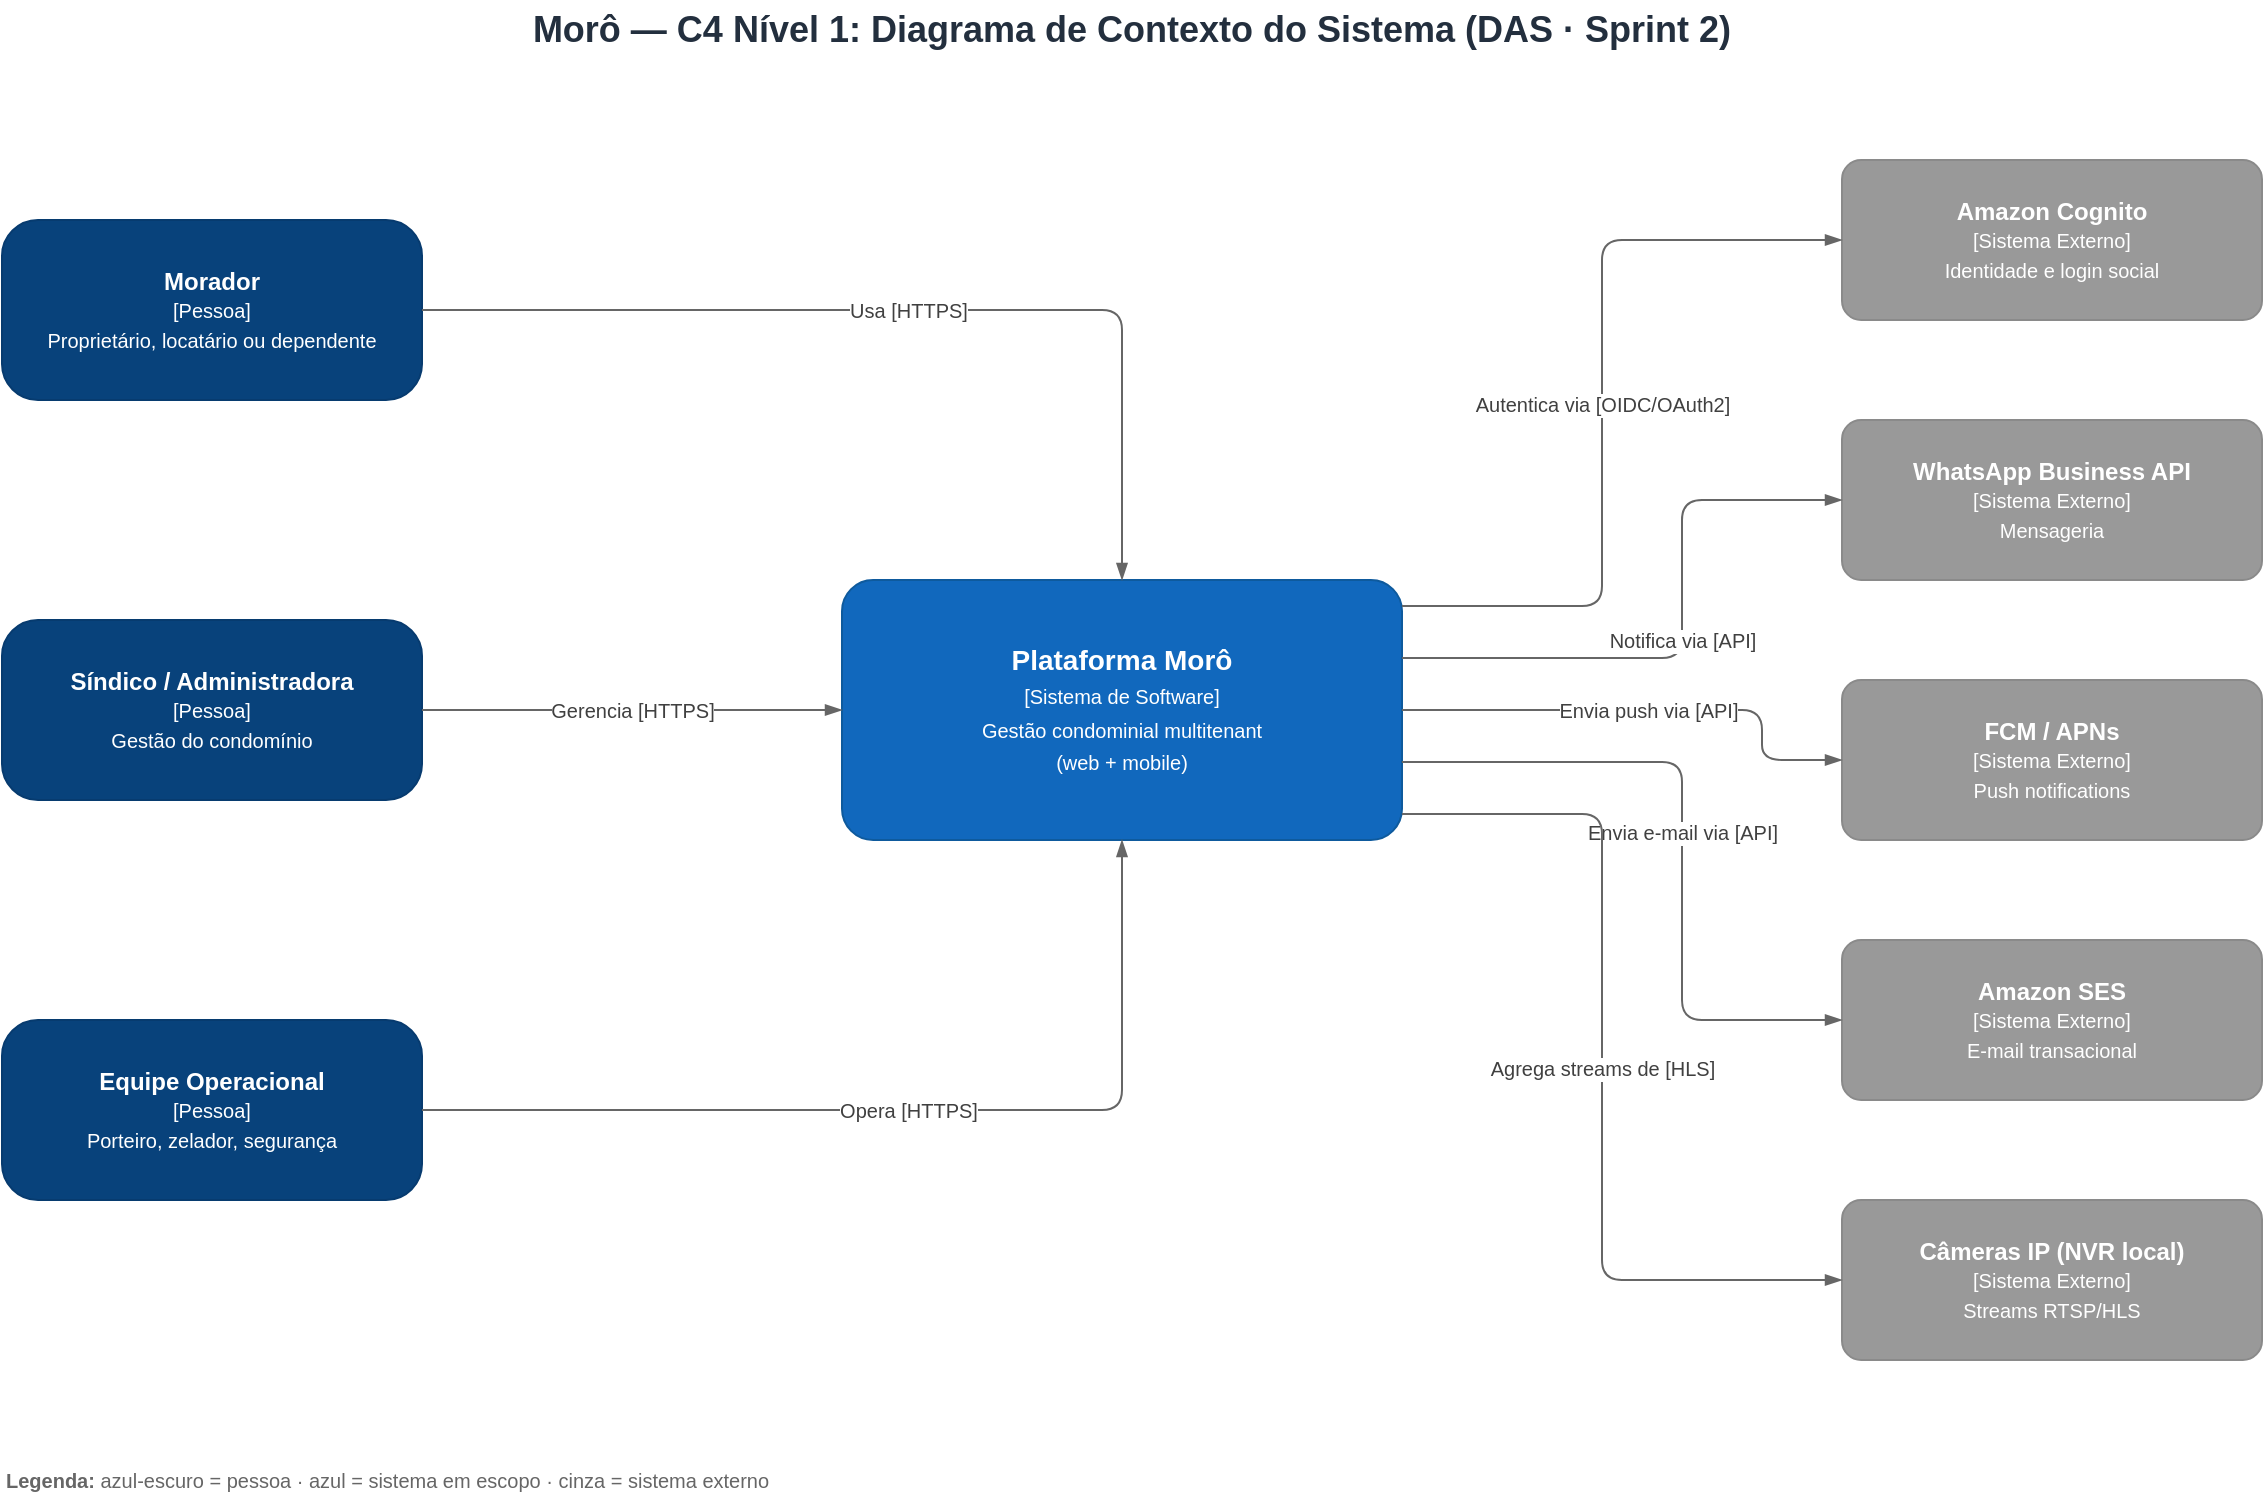
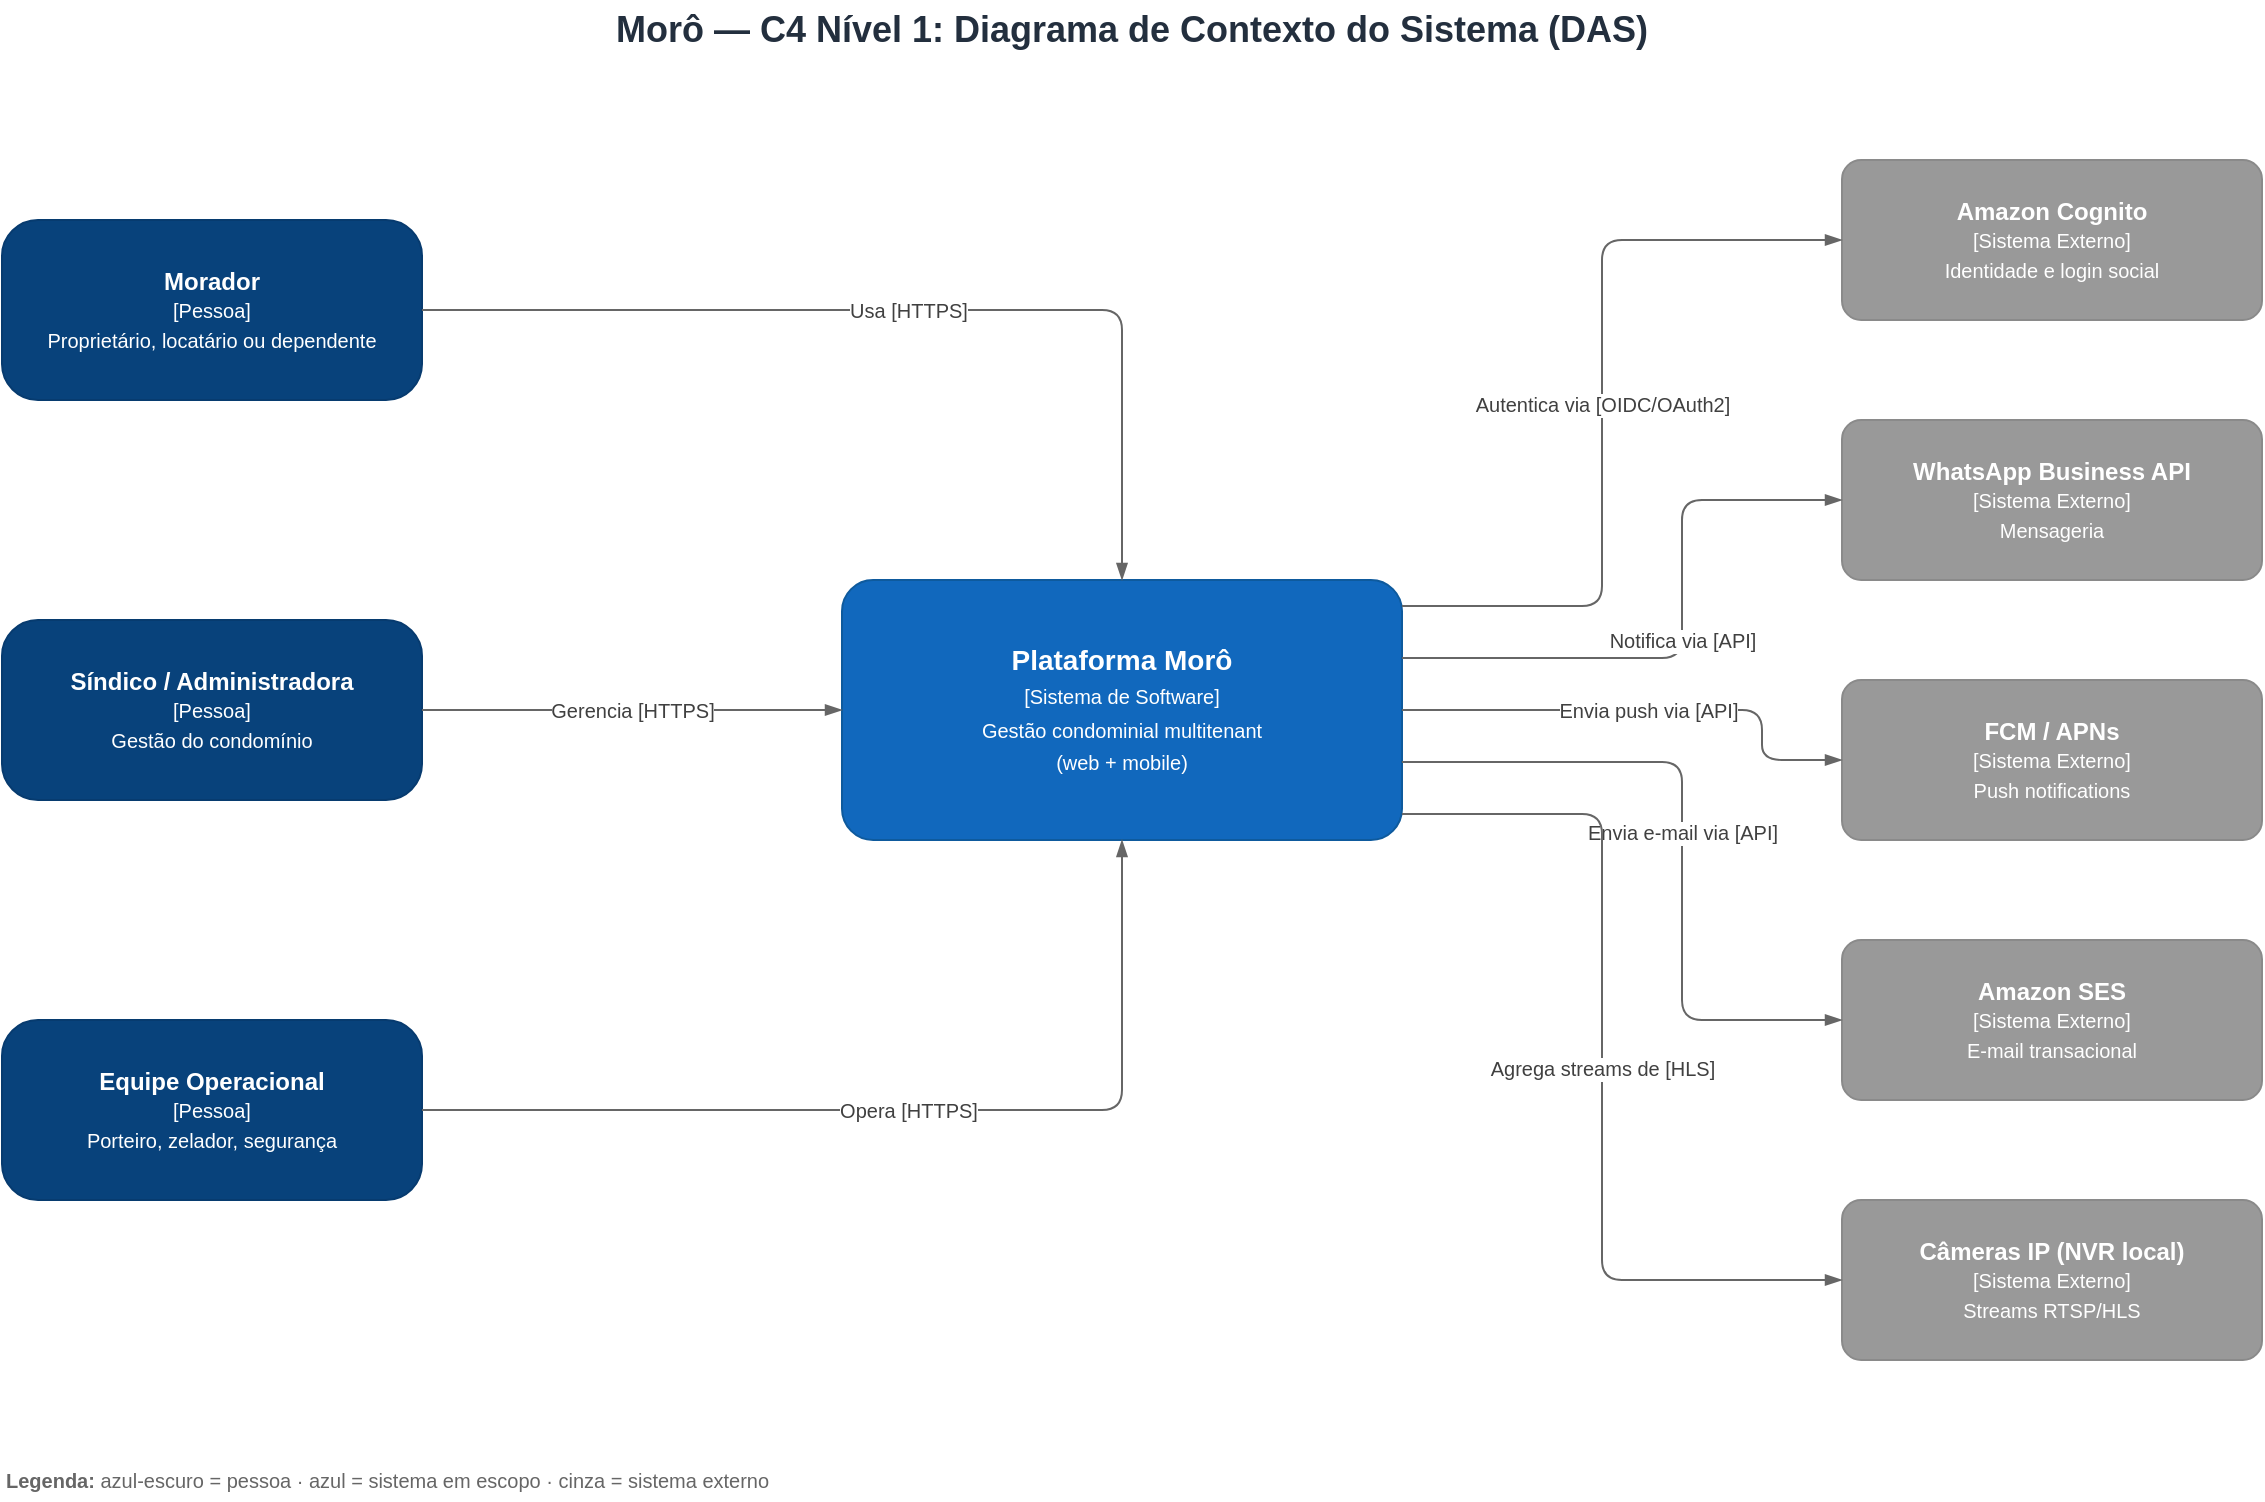
<mxfile host="app.diagrams.net" agent="Morô DAS" version="24.7.7">
  <diagram id="c4-nivel1" name="c4-nivel1-contexto">
    <mxGraphModel dx="1200" dy="800" grid="1" gridSize="10" guides="1" tooltips="1" connect="1" arrows="1" fold="1" page="1" pageScale="1" pageWidth="1250" pageHeight="800" math="0" shadow="0">
      <root>
        <mxCell id="0" />
        <mxCell id="1" parent="0" />

-         <mxCell id="titulo1" value="Morô — C4 Nível 1: Diagrama de Contexto do Sistema (DAS · Sprint 2)" style="text;html=1;strokeColor=none;fillColor=none;align=center;verticalAlign=middle;whiteSpace=wrap;rounded=0;fontSize=18;fontStyle=1;fontColor=#232F3E;" vertex="1" parent="1">
+         <mxCell id="titulo1" value="Morô — C4 Nível 1: Diagrama de Contexto do Sistema (DAS)" style="text;html=1;strokeColor=none;fillColor=none;align=center;verticalAlign=middle;whiteSpace=wrap;rounded=0;fontSize=18;fontStyle=1;fontColor=#232F3E;" vertex="1" parent="1">
          <mxGeometry x="225" y="10" width="800" height="30" as="geometry" />
        </mxCell>

        <!-- Pessoas -->
        <mxCell id="p-morador" value="&lt;b&gt;Morador&lt;/b&gt;&lt;br&gt;&lt;font style=&quot;font-size:10px&quot;&gt;[Pessoa]&lt;br&gt;Proprietário, locatário ou dependente&lt;/font&gt;" style="rounded=1;arcSize=20;whiteSpace=wrap;html=1;fillColor=#08427B;strokeColor=#073B6F;fontColor=#FFFFFF;fontSize=12;" vertex="1" parent="1">
          <mxGeometry x="60" y="120" width="210" height="90" as="geometry" />
        </mxCell>
        <mxCell id="p-sindico" value="&lt;b&gt;Síndico / Administradora&lt;/b&gt;&lt;br&gt;&lt;font style=&quot;font-size:10px&quot;&gt;[Pessoa]&lt;br&gt;Gestão do condomínio&lt;/font&gt;" style="rounded=1;arcSize=20;whiteSpace=wrap;html=1;fillColor=#08427B;strokeColor=#073B6F;fontColor=#FFFFFF;fontSize=12;" vertex="1" parent="1">
          <mxGeometry x="60" y="320" width="210" height="90" as="geometry" />
        </mxCell>
        <mxCell id="p-operacao" value="&lt;b&gt;Equipe Operacional&lt;/b&gt;&lt;br&gt;&lt;font style=&quot;font-size:10px&quot;&gt;[Pessoa]&lt;br&gt;Porteiro, zelador, segurança&lt;/font&gt;" style="rounded=1;arcSize=20;whiteSpace=wrap;html=1;fillColor=#08427B;strokeColor=#073B6F;fontColor=#FFFFFF;fontSize=12;" vertex="1" parent="1">
          <mxGeometry x="60" y="520" width="210" height="90" as="geometry" />
        </mxCell>

        <!-- Sistema -->
        <mxCell id="s-moro" value="&lt;b&gt;Plataforma Morô&lt;/b&gt;&lt;br&gt;&lt;font style=&quot;font-size:10px&quot;&gt;[Sistema de Software]&lt;br&gt;Gestão condominial multitenant&lt;br&gt;(web + mobile)&lt;/font&gt;" style="rounded=1;arcSize=12;whiteSpace=wrap;html=1;fillColor=#1168BD;strokeColor=#0E5A9D;fontColor=#FFFFFF;fontSize=14;" vertex="1" parent="1">
          <mxGeometry x="480" y="300" width="280" height="130" as="geometry" />
        </mxCell>

        <!-- Sistemas externos -->
        <mxCell id="e-cognito" value="&lt;b&gt;Amazon Cognito&lt;/b&gt;&lt;br&gt;&lt;font style=&quot;font-size:10px&quot;&gt;[Sistema Externo]&lt;br&gt;Identidade e login social&lt;/font&gt;" style="rounded=1;arcSize=12;whiteSpace=wrap;html=1;fillColor=#999999;strokeColor=#8A8A8A;fontColor=#FFFFFF;fontSize=12;" vertex="1" parent="1">
          <mxGeometry x="980" y="90" width="210" height="80" as="geometry" />
        </mxCell>
        <mxCell id="e-whats" value="&lt;b&gt;WhatsApp Business API&lt;/b&gt;&lt;br&gt;&lt;font style=&quot;font-size:10px&quot;&gt;[Sistema Externo]&lt;br&gt;Mensageria&lt;/font&gt;" style="rounded=1;arcSize=12;whiteSpace=wrap;html=1;fillColor=#999999;strokeColor=#8A8A8A;fontColor=#FFFFFF;fontSize=12;" vertex="1" parent="1">
          <mxGeometry x="980" y="220" width="210" height="80" as="geometry" />
        </mxCell>
        <mxCell id="e-fcm" value="&lt;b&gt;FCM / APNs&lt;/b&gt;&lt;br&gt;&lt;font style=&quot;font-size:10px&quot;&gt;[Sistema Externo]&lt;br&gt;Push notifications&lt;/font&gt;" style="rounded=1;arcSize=12;whiteSpace=wrap;html=1;fillColor=#999999;strokeColor=#8A8A8A;fontColor=#FFFFFF;fontSize=12;" vertex="1" parent="1">
          <mxGeometry x="980" y="350" width="210" height="80" as="geometry" />
        </mxCell>
        <mxCell id="e-ses" value="&lt;b&gt;Amazon SES&lt;/b&gt;&lt;br&gt;&lt;font style=&quot;font-size:10px&quot;&gt;[Sistema Externo]&lt;br&gt;E-mail transacional&lt;/font&gt;" style="rounded=1;arcSize=12;whiteSpace=wrap;html=1;fillColor=#999999;strokeColor=#8A8A8A;fontColor=#FFFFFF;fontSize=12;" vertex="1" parent="1">
          <mxGeometry x="980" y="480" width="210" height="80" as="geometry" />
        </mxCell>
        <mxCell id="e-cam" value="&lt;b&gt;Câmeras IP (NVR local)&lt;/b&gt;&lt;br&gt;&lt;font style=&quot;font-size:10px&quot;&gt;[Sistema Externo]&lt;br&gt;Streams RTSP/HLS&lt;/font&gt;" style="rounded=1;arcSize=12;whiteSpace=wrap;html=1;fillColor=#999999;strokeColor=#8A8A8A;fontColor=#FFFFFF;fontSize=12;" vertex="1" parent="1">
          <mxGeometry x="980" y="610" width="210" height="80" as="geometry" />
        </mxCell>

        <!-- Relações -->
        <mxCell id="r-morador" value="Usa [HTTPS]" style="edgeStyle=orthogonalEdgeStyle;rounded=1;html=1;strokeColor=#666666;fontSize=10;fontColor=#404040;endArrow=blockThin;" edge="1" parent="1" source="p-morador" target="s-moro">
          <mxGeometry relative="1" as="geometry" />
        </mxCell>
        <mxCell id="r-sindico" value="Gerencia [HTTPS]" style="edgeStyle=orthogonalEdgeStyle;rounded=1;html=1;strokeColor=#666666;fontSize=10;fontColor=#404040;endArrow=blockThin;" edge="1" parent="1" source="p-sindico" target="s-moro">
          <mxGeometry relative="1" as="geometry" />
        </mxCell>
        <mxCell id="r-operacao" value="Opera [HTTPS]" style="edgeStyle=orthogonalEdgeStyle;rounded=1;html=1;strokeColor=#666666;fontSize=10;fontColor=#404040;endArrow=blockThin;" edge="1" parent="1" source="p-operacao" target="s-moro">
          <mxGeometry relative="1" as="geometry" />
        </mxCell>
        <mxCell id="r-cognito" value="Autentica via [OIDC/OAuth2]" style="edgeStyle=orthogonalEdgeStyle;rounded=1;html=1;strokeColor=#666666;fontSize=10;fontColor=#404040;endArrow=blockThin;exitX=1;exitY=0.1;exitDx=0;exitDy=0;entryX=0;entryY=0.5;entryDx=0;entryDy=0;" edge="1" parent="1" source="s-moro" target="e-cognito">
          <mxGeometry relative="1" as="geometry">
            <Array as="points">
              <mxPoint x="860" y="130" />
            </Array>
          </mxGeometry>
        </mxCell>
        <mxCell id="r-whats" value="Notifica via [API]" style="edgeStyle=orthogonalEdgeStyle;rounded=1;html=1;strokeColor=#666666;fontSize=10;fontColor=#404040;endArrow=blockThin;exitX=1;exitY=0.3;exitDx=0;exitDy=0;entryX=0;entryY=0.5;entryDx=0;entryDy=0;" edge="1" parent="1" source="s-moro" target="e-whats">
          <mxGeometry relative="1" as="geometry">
            <Array as="points">
              <mxPoint x="900" y="260" />
            </Array>
          </mxGeometry>
        </mxCell>
        <mxCell id="r-fcm" value="Envia push via [API]" style="edgeStyle=orthogonalEdgeStyle;rounded=1;html=1;strokeColor=#666666;fontSize=10;fontColor=#404040;endArrow=blockThin;exitX=1;exitY=0.5;exitDx=0;exitDy=0;entryX=0;entryY=0.5;entryDx=0;entryDy=0;" edge="1" parent="1" source="s-moro" target="e-fcm">
          <mxGeometry relative="1" as="geometry">
            <Array as="points">
              <mxPoint x="940" y="390" />
            </Array>
          </mxGeometry>
        </mxCell>
        <mxCell id="r-ses" value="Envia e-mail via [API]" style="edgeStyle=orthogonalEdgeStyle;rounded=1;html=1;strokeColor=#666666;fontSize=10;fontColor=#404040;endArrow=blockThin;exitX=1;exitY=0.7;exitDx=0;exitDy=0;entryX=0;entryY=0.5;entryDx=0;entryDy=0;" edge="1" parent="1" source="s-moro" target="e-ses">
          <mxGeometry relative="1" as="geometry">
            <Array as="points">
              <mxPoint x="900" y="520" />
            </Array>
          </mxGeometry>
        </mxCell>
        <mxCell id="r-cam" value="Agrega streams de [HLS]" style="edgeStyle=orthogonalEdgeStyle;rounded=1;html=1;strokeColor=#666666;fontSize=10;fontColor=#404040;endArrow=blockThin;exitX=1;exitY=0.9;exitDx=0;exitDy=0;entryX=0;entryY=0.5;entryDx=0;entryDy=0;" edge="1" parent="1" source="s-moro" target="e-cam">
          <mxGeometry relative="1" as="geometry">
            <Array as="points">
              <mxPoint x="860" y="650" />
            </Array>
          </mxGeometry>
        </mxCell>

        <!-- Legenda -->
        <mxCell id="leg1" value="&lt;b&gt;Legenda:&lt;/b&gt; azul-escuro = pessoa · azul = sistema em escopo · cinza = sistema externo" style="text;html=1;strokeColor=none;fillColor=none;align=left;verticalAlign=middle;fontSize=10;fontColor=#666666;" vertex="1" parent="1">
          <mxGeometry x="60" y="740" width="600" height="20" as="geometry" />
        </mxCell>
      </root>
    </mxGraphModel>
  </diagram>
  <diagram id="c4-nivel2" name="c4-nivel2-conteineres">
    <mxGraphModel dx="1400" dy="900" grid="1" gridSize="10" guides="1" tooltips="1" connect="1" arrows="1" fold="1" page="1" pageScale="1" pageWidth="1420" pageHeight="1000" math="0" shadow="0">
      <root>
        <mxCell id="0" />
        <mxCell id="1" parent="0" />

-         <mxCell id="titulo2" value="Morô — C4 Nível 2: Diagrama de Contêineres (DAS · Sprint 2)" style="text;html=1;strokeColor=none;fillColor=none;align=center;verticalAlign=middle;whiteSpace=wrap;rounded=0;fontSize=18;fontStyle=1;fontColor=#232F3E;" vertex="1" parent="1">
+         <mxCell id="titulo2" value="Morô — C4 Nível 2: Diagrama de Contêineres (DAS)" style="text;html=1;strokeColor=none;fillColor=none;align=center;verticalAlign=middle;whiteSpace=wrap;rounded=0;fontSize=18;fontStyle=1;fontColor=#232F3E;" vertex="1" parent="1">
          <mxGeometry x="310" y="10" width="800" height="30" as="geometry" />
        </mxCell>

        <mxCell id="p-usuarios" value="&lt;b&gt;Usuários&lt;/b&gt;&lt;br&gt;&lt;font style=&quot;font-size:10px&quot;&gt;[Pessoa]&lt;br&gt;Morador, Síndico, Operação&lt;/font&gt;" style="rounded=1;arcSize=20;whiteSpace=wrap;html=1;fillColor=#08427B;strokeColor=#073B6F;fontColor=#FFFFFF;fontSize=12;" vertex="1" parent="1">
          <mxGeometry x="440" y="60" width="210" height="80" as="geometry" />
        </mxCell>

        <!-- Fronteira do sistema -->
        <mxCell id="b-moro" value="Plataforma Morô [Sistema de Software]" style="rounded=0;whiteSpace=wrap;html=1;fillColor=none;strokeColor=#666666;dashed=1;verticalAlign=bottom;align=left;spacingLeft=8;spacingBottom=4;fontSize=12;fontStyle=2;fontColor=#666666;" vertex="1" parent="1">
          <mxGeometry x="60" y="190" width="1030" height="740" as="geometry" />
        </mxCell>

        <mxCell id="c-mobile" value="&lt;b&gt;App Mobile&lt;/b&gt;&lt;br&gt;&lt;font style=&quot;font-size:10px&quot;&gt;[Contêiner: Flutter · Redux]&lt;br&gt;iOS + Android, base única&lt;/font&gt;" style="rounded=1;arcSize=12;whiteSpace=wrap;html=1;fillColor=#438DD5;strokeColor=#3C7FC0;fontColor=#FFFFFF;fontSize=12;" vertex="1" parent="1">
          <mxGeometry x="140" y="240" width="220" height="90" as="geometry" />
        </mxCell>
        <mxCell id="c-web" value="&lt;b&gt;Dashboard Web&lt;/b&gt;&lt;br&gt;&lt;font style=&quot;font-size:10px&quot;&gt;[Contêiner: React + Vite · Redux Toolkit]&lt;br&gt;Gestão para síndico/administradora&lt;/font&gt;" style="rounded=1;arcSize=12;whiteSpace=wrap;html=1;fillColor=#438DD5;strokeColor=#3C7FC0;fontColor=#FFFFFF;fontSize=12;" vertex="1" parent="1">
          <mxGeometry x="680" y="240" width="240" height="90" as="geometry" />
        </mxCell>
        <mxCell id="c-cdn" value="&lt;b&gt;CloudFront + S3&lt;/b&gt;&lt;br&gt;&lt;font style=&quot;font-size:10px&quot;&gt;[Contêiner: CDN]&lt;br&gt;Entrega do dashboard e assets&lt;/font&gt;" style="rounded=1;arcSize=12;whiteSpace=wrap;html=1;fillColor=#438DD5;strokeColor=#3C7FC0;fontColor=#FFFFFF;fontSize=12;" vertex="1" parent="1">
          <mxGeometry x="690" y="390" width="220" height="80" as="geometry" />
        </mxCell>
        <mxCell id="c-alb" value="&lt;b&gt;Application Load Balancer&lt;/b&gt;&lt;br&gt;&lt;font style=&quot;font-size:10px&quot;&gt;[Contêiner: AWS ALB]&lt;br&gt;Entrada HTTPS, health checks&lt;/font&gt;" style="rounded=1;arcSize=12;whiteSpace=wrap;html=1;fillColor=#438DD5;strokeColor=#3C7FC0;fontColor=#FFFFFF;fontSize=12;" vertex="1" parent="1">
          <mxGeometry x="360" y="390" width="230" height="80" as="geometry" />
        </mxCell>
        <mxCell id="c-api" value="&lt;b&gt;API REST&lt;/b&gt;&lt;br&gt;&lt;font style=&quot;font-size:10px&quot;&gt;[Contêiner: Go (chi) · ECS Fargate]&lt;br&gt;Regras de negócio, RBAC, multitenancy&lt;/font&gt;" style="rounded=1;arcSize=12;whiteSpace=wrap;html=1;fillColor=#438DD5;strokeColor=#3C7FC0;fontColor=#FFFFFF;fontSize=12;" vertex="1" parent="1">
          <mxGeometry x="350" y="550" width="250" height="100" as="geometry" />
        </mxCell>
        <mxCell id="c-worker" value="&lt;b&gt;Notification Worker&lt;/b&gt;&lt;br&gt;&lt;font style=&quot;font-size:10px&quot;&gt;[Contêiner: Go · ECS Fargate]&lt;br&gt;Consome SQS e despacha multicanal&lt;/font&gt;" style="rounded=1;arcSize=12;whiteSpace=wrap;html=1;fillColor=#438DD5;strokeColor=#3C7FC0;fontColor=#FFFFFF;fontSize=12;" vertex="1" parent="1">
          <mxGeometry x="800" y="560" width="230" height="90" as="geometry" />
        </mxCell>
        <mxCell id="c-sns" value="&lt;b&gt;SNS + SQS&lt;/b&gt;&lt;br&gt;&lt;font style=&quot;font-size:10px&quot;&gt;[Contêiner: Mensageria]&lt;br&gt;Fan-out de eventos de domínio&lt;/font&gt;" style="rounded=1;arcSize=12;whiteSpace=wrap;html=1;fillColor=#438DD5;strokeColor=#3C7FC0;fontColor=#FFFFFF;fontSize=12;" vertex="1" parent="1">
          <mxGeometry x="800" y="770" width="220" height="80" as="geometry" />
        </mxCell>
        <mxCell id="db-redis" value="&lt;b&gt;ElastiCache Redis&lt;/b&gt;&lt;br&gt;&lt;font style=&quot;font-size:10px&quot;&gt;[Cache]&lt;br&gt;Cache multicamada, sessões efêmeras&lt;/font&gt;" style="shape=cylinder3;whiteSpace=wrap;html=1;boundedLbl=1;backgroundOutline=1;size=12;fillColor=#438DD5;strokeColor=#3C7FC0;fontColor=#FFFFFF;fontSize=11;" vertex="1" parent="1">
          <mxGeometry x="110" y="540" width="180" height="110" as="geometry" />
        </mxCell>
        <mxCell id="db-aurora" value="&lt;b&gt;Aurora PostgreSQL&lt;/b&gt;&lt;br&gt;&lt;font style=&quot;font-size:10px&quot;&gt;[Serverless v2]&lt;br&gt;Dados transacionais, isolados por tenant_id&lt;/font&gt;" style="shape=cylinder3;whiteSpace=wrap;html=1;boundedLbl=1;backgroundOutline=1;size=12;fillColor=#438DD5;strokeColor=#3C7FC0;fontColor=#FFFFFF;fontSize=11;" vertex="1" parent="1">
          <mxGeometry x="150" y="760" width="210" height="120" as="geometry" />
        </mxCell>
        <mxCell id="c-s3" value="&lt;b&gt;S3 Uploads&lt;/b&gt;&lt;br&gt;&lt;font style=&quot;font-size:10px&quot;&gt;[Object Storage]&lt;br&gt;Anexos: fotos, comprovantes, documentos&lt;/font&gt;" style="rounded=1;arcSize=12;whiteSpace=wrap;html=1;fillColor=#438DD5;strokeColor=#3C7FC0;fontColor=#FFFFFF;fontSize=12;" vertex="1" parent="1">
          <mxGeometry x="460" y="770" width="220" height="80" as="geometry" />
        </mxCell>

        <!-- Externos -->
        <mxCell id="e2-cognito" value="&lt;b&gt;Amazon Cognito&lt;/b&gt;&lt;br&gt;&lt;font style=&quot;font-size:10px&quot;&gt;[Sistema Externo]&lt;br&gt;Identidade&lt;/font&gt;" style="rounded=1;arcSize=12;whiteSpace=wrap;html=1;fillColor=#999999;strokeColor=#8A8A8A;fontColor=#FFFFFF;fontSize=12;" vertex="1" parent="1">
          <mxGeometry x="1160" y="560" width="200" height="80" as="geometry" />
        </mxCell>
        <mxCell id="e2-canais" value="&lt;b&gt;FCM/APNs · WhatsApp · SES&lt;/b&gt;&lt;br&gt;&lt;font style=&quot;font-size:10px&quot;&gt;[Sistemas Externos]&lt;br&gt;Canais de notificação&lt;/font&gt;" style="rounded=1;arcSize=12;whiteSpace=wrap;html=1;fillColor=#999999;strokeColor=#8A8A8A;fontColor=#FFFFFF;fontSize=12;" vertex="1" parent="1">
          <mxGeometry x="1160" y="700" width="200" height="90" as="geometry" />
        </mxCell>

        <!-- Relações -->
        <mxCell id="r2-u-mobile" value="Usa [HTTPS]" style="edgeStyle=orthogonalEdgeStyle;rounded=1;html=1;strokeColor=#666666;fontSize=10;fontColor=#404040;endArrow=blockThin;exitX=0.25;exitY=1;exitDx=0;exitDy=0;" edge="1" parent="1" source="p-usuarios" target="c-mobile">
          <mxGeometry relative="1" as="geometry" />
        </mxCell>
        <mxCell id="r2-u-web" value="Usa [HTTPS]" style="edgeStyle=orthogonalEdgeStyle;rounded=1;html=1;strokeColor=#666666;fontSize=10;fontColor=#404040;endArrow=blockThin;exitX=0.75;exitY=1;exitDx=0;exitDy=0;" edge="1" parent="1" source="p-usuarios" target="c-web">
          <mxGeometry relative="1" as="geometry" />
        </mxCell>
        <mxCell id="r2-web-cdn" value="Servido por" style="edgeStyle=orthogonalEdgeStyle;rounded=1;html=1;strokeColor=#666666;fontSize=10;fontColor=#404040;endArrow=blockThin;" edge="1" parent="1" source="c-web" target="c-cdn">
          <mxGeometry relative="1" as="geometry" />
        </mxCell>
        <mxCell id="r2-mobile-alb" value="Chama API [HTTPS/JSON]" style="edgeStyle=orthogonalEdgeStyle;rounded=1;html=1;strokeColor=#666666;fontSize=10;fontColor=#404040;endArrow=blockThin;" edge="1" parent="1" source="c-mobile" target="c-alb">
          <mxGeometry relative="1" as="geometry" />
        </mxCell>
        <mxCell id="r2-web-alb" value="Chama API [HTTPS/JSON]" style="edgeStyle=orthogonalEdgeStyle;rounded=1;html=1;strokeColor=#666666;fontSize=10;fontColor=#404040;endArrow=blockThin;exitX=0.25;exitY=1;exitDx=0;exitDy=0;entryX=0.75;entryY=0;entryDx=0;entryDy=0;" edge="1" parent="1" source="c-web" target="c-alb">
          <mxGeometry relative="1" as="geometry" />
        </mxCell>
        <mxCell id="r2-alb-api" value="Encaminha [HTTP]" style="edgeStyle=orthogonalEdgeStyle;rounded=1;html=1;strokeColor=#666666;fontSize=10;fontColor=#404040;endArrow=blockThin;" edge="1" parent="1" source="c-alb" target="c-api">
          <mxGeometry relative="1" as="geometry" />
        </mxCell>
        <mxCell id="r2-api-aurora" value="Lê/escreve [SQL/TLS]" style="edgeStyle=orthogonalEdgeStyle;rounded=1;html=1;strokeColor=#666666;fontSize=10;fontColor=#404040;endArrow=blockThin;exitX=0.25;exitY=1;exitDx=0;exitDy=0;" edge="1" parent="1" source="c-api" target="db-aurora">
          <mxGeometry relative="1" as="geometry" />
        </mxCell>
        <mxCell id="r2-api-redis" value="Cacheia [RESP]" style="edgeStyle=orthogonalEdgeStyle;rounded=1;html=1;strokeColor=#666666;fontSize=10;fontColor=#404040;endArrow=blockThin;" edge="1" parent="1" source="c-api" target="db-redis">
          <mxGeometry relative="1" as="geometry" />
        </mxCell>
        <mxCell id="r2-api-s3" value="Armazena anexos [S3 API]" style="edgeStyle=orthogonalEdgeStyle;rounded=1;html=1;strokeColor=#666666;fontSize=10;fontColor=#404040;endArrow=blockThin;exitX=0.5;exitY=1;exitDx=0;exitDy=0;" edge="1" parent="1" source="c-api" target="c-s3">
          <mxGeometry relative="1" as="geometry" />
        </mxCell>
        <mxCell id="r2-api-sns" value="Publica eventos" style="edgeStyle=orthogonalEdgeStyle;rounded=1;html=1;strokeColor=#666666;fontSize=10;fontColor=#404040;endArrow=blockThin;exitX=0.9;exitY=1;exitDx=0;exitDy=0;entryX=0;entryY=0.5;entryDx=0;entryDy=0;" edge="1" parent="1" source="c-api" target="c-sns">
          <mxGeometry relative="1" as="geometry">
            <Array as="points">
              <mxPoint x="575" y="720" />
              <mxPoint x="740" y="720" />
              <mxPoint x="740" y="810" />
            </Array>
          </mxGeometry>
        </mxCell>
        <mxCell id="r2-sns-worker" value="Entrega via SQS" style="edgeStyle=orthogonalEdgeStyle;rounded=1;html=1;strokeColor=#666666;fontSize=10;fontColor=#404040;endArrow=blockThin;" edge="1" parent="1" source="c-sns" target="c-worker">
          <mxGeometry relative="1" as="geometry" />
        </mxCell>
        <mxCell id="r2-worker-canais" value="Despacha" style="edgeStyle=orthogonalEdgeStyle;rounded=1;html=1;strokeColor=#666666;fontSize=10;fontColor=#404040;endArrow=blockThin;exitX=1;exitY=0.75;exitDx=0;exitDy=0;entryX=0;entryY=0.5;entryDx=0;entryDy=0;" edge="1" parent="1" source="c-worker" target="e2-canais">
          <mxGeometry relative="1" as="geometry">
            <Array as="points">
              <mxPoint x="1110" y="745" />
            </Array>
          </mxGeometry>
        </mxCell>
        <mxCell id="r2-api-cognito" value="Valida tokens" style="edgeStyle=orthogonalEdgeStyle;rounded=1;html=1;strokeColor=#666666;fontSize=10;fontColor=#404040;endArrow=blockThin;exitX=1;exitY=0.9;exitDx=0;exitDy=0;entryX=0;entryY=0.75;entryDx=0;entryDy=0;" edge="1" parent="1" source="c-api" target="e2-cognito">
          <mxGeometry relative="1" as="geometry">
            <Array as="points">
              <mxPoint x="700" y="690" />
              <mxPoint x="1120" y="690" />
            </Array>
          </mxGeometry>
        </mxCell>
      </root>
    </mxGraphModel>
  </diagram>
  <diagram id="c4-nivel3" name="c4-nivel3-componentes">
    <mxGraphModel dx="1400" dy="900" grid="1" gridSize="10" guides="1" tooltips="1" connect="1" arrows="1" fold="1" page="1" pageScale="1" pageWidth="1420" pageHeight="1120" math="0" shadow="0">
      <root>
        <mxCell id="0" />
        <mxCell id="1" parent="0" />

-         <mxCell id="titulo3" value="Morô — C4 Nível 3: Componentes da API REST em Go (DAS · Sprint 2)" style="text;html=1;strokeColor=none;fillColor=none;align=center;verticalAlign=middle;whiteSpace=wrap;rounded=0;fontSize=18;fontStyle=1;fontColor=#232F3E;" vertex="1" parent="1">
+         <mxCell id="titulo3" value="Morô — C4 Nível 3: Componentes da API REST em Go (DAS)" style="text;html=1;strokeColor=none;fillColor=none;align=center;verticalAlign=middle;whiteSpace=wrap;rounded=0;fontSize=18;fontStyle=1;fontColor=#232F3E;" vertex="1" parent="1">
          <mxGeometry x="310" y="10" width="800" height="30" as="geometry" />
        </mxCell>

        <!-- Fronteira do contêiner -->
        <mxCell id="b-api" value="API REST [Contêiner: Go (chi)] — 1 componente = 1 pacote do código-fonte" style="rounded=0;whiteSpace=wrap;html=1;fillColor=none;strokeColor=#666666;dashed=1;verticalAlign=bottom;align=left;spacingLeft=8;spacingBottom=4;fontSize=12;fontStyle=2;fontColor=#666666;" vertex="1" parent="1">
          <mxGeometry x="60" y="60" width="1080" height="840" as="geometry" />
        </mxCell>

        <mxCell id="k-router" value="&lt;b&gt;Router&lt;/b&gt;&lt;br&gt;&lt;font style=&quot;font-size:10px&quot;&gt;[Componente: chi]&lt;br&gt;Roteamento, middlewares, CORS&lt;/font&gt;" style="rounded=1;arcSize=12;whiteSpace=wrap;html=1;fillColor=#85BBF0;strokeColor=#78A8D8;fontColor=#000000;fontSize=12;" vertex="1" parent="1">
          <mxGeometry x="440" y="110" width="240" height="80" as="geometry" />
        </mxCell>
        <mxCell id="k-authmw" value="&lt;b&gt;Auth Middleware&lt;/b&gt;&lt;br&gt;&lt;font style=&quot;font-size:10px&quot;&gt;[Componente: Go]&lt;br&gt;Valida JWT, injeta claims, RequireTenant/RequirePapel&lt;/font&gt;" style="rounded=1;arcSize=12;whiteSpace=wrap;html=1;fillColor=#85BBF0;strokeColor=#78A8D8;fontColor=#000000;fontSize=12;" vertex="1" parent="1">
          <mxGeometry x="800" y="110" width="280" height="80" as="geometry" />
        </mxCell>
        <mxCell id="k-authsvc" value="&lt;b&gt;Auth Service&lt;/b&gt;&lt;br&gt;&lt;font style=&quot;font-size:10px&quot;&gt;[Componente: Go]&lt;br&gt;Login (bcrypt), login social/OTP, seleção de tenant, RBAC&lt;/font&gt;" style="rounded=1;arcSize=12;whiteSpace=wrap;html=1;fillColor=#85BBF0;strokeColor=#78A8D8;fontColor=#000000;fontSize=12;" vertex="1" parent="1">
          <mxGeometry x="800" y="240" width="280" height="80" as="geometry" />
        </mxCell>

        <mxCell id="k-moradores" value="&lt;b&gt;Moradores&lt;/b&gt;&lt;br&gt;&lt;font style=&quot;font-size:10px&quot;&gt;[F14] pessoas, unidades, vínculos&lt;/font&gt;" style="rounded=1;arcSize=12;whiteSpace=wrap;html=1;fillColor=#85BBF0;strokeColor=#78A8D8;fontColor=#000000;fontSize=12;" vertex="1" parent="1">
          <mxGeometry x="110" y="280" width="210" height="70" as="geometry" />
        </mxCell>
        <mxCell id="k-ocorrencias" value="&lt;b&gt;Ocorrências&lt;/b&gt;&lt;br&gt;&lt;font style=&quot;font-size:10px&quot;&gt;[F01] workflow + timeline&lt;/font&gt;" style="rounded=1;arcSize=12;whiteSpace=wrap;html=1;fillColor=#85BBF0;strokeColor=#78A8D8;fontColor=#000000;fontSize=12;" vertex="1" parent="1">
          <mxGeometry x="350" y="280" width="200" height="70" as="geometry" />
        </mxCell>
        <mxCell id="k-mural" value="&lt;b&gt;Mural&lt;/b&gt;&lt;br&gt;&lt;font style=&quot;font-size:10px&quot;&gt;[F03] avisos + recibo de ciente&lt;/font&gt;" style="rounded=1;arcSize=12;whiteSpace=wrap;html=1;fillColor=#85BBF0;strokeColor=#78A8D8;fontColor=#000000;fontSize=12;" vertex="1" parent="1">
          <mxGeometry x="580" y="280" width="190" height="70" as="geometry" />
        </mxCell>
        <mxCell id="k-encomendas" value="&lt;b&gt;Encomendas&lt;/b&gt;&lt;br&gt;&lt;font style=&quot;font-size:10px&quot;&gt;[F05] ciclo de vida + palavra-passe&lt;/font&gt;" style="rounded=1;arcSize=12;whiteSpace=wrap;html=1;fillColor=#85BBF0;strokeColor=#78A8D8;fontColor=#000000;fontSize=12;" vertex="1" parent="1">
          <mxGeometry x="110" y="400" width="210" height="70" as="geometry" />
        </mxCell>
        <mxCell id="k-financeiro" value="&lt;b&gt;Financeiro&lt;/b&gt;&lt;br&gt;&lt;font style=&quot;font-size:10px&quot;&gt;[F16] lançamentos + agregações&lt;/font&gt;" style="rounded=1;arcSize=12;whiteSpace=wrap;html=1;fillColor=#85BBF0;strokeColor=#78A8D8;fontColor=#000000;fontSize=12;" vertex="1" parent="1">
          <mxGeometry x="350" y="400" width="200" height="70" as="geometry" />
        </mxCell>
        <mxCell id="k-assembleia" value="&lt;b&gt;Assembleia&lt;/b&gt;&lt;br&gt;&lt;font style=&quot;font-size:10px&quot;&gt;[F02] pautas, voto ponderado, quórum&lt;/font&gt;" style="rounded=1;arcSize=12;whiteSpace=wrap;html=1;fillColor=#85BBF0;strokeColor=#78A8D8;fontColor=#000000;fontSize=12;" vertex="1" parent="1">
          <mxGeometry x="580" y="400" width="190" height="70" as="geometry" />
        </mxCell>
        <mxCell id="k-visitantes" value="&lt;b&gt;Visitantes&lt;/b&gt;&lt;br&gt;&lt;font style=&quot;font-size:10px&quot;&gt;[F08] convites, validação, acessos&lt;/font&gt;" style="rounded=1;arcSize=12;whiteSpace=wrap;html=1;fillColor=#85BBF0;strokeColor=#78A8D8;fontColor=#000000;fontSize=12;" vertex="1" parent="1">
          <mxGeometry x="110" y="520" width="210" height="70" as="geometry" />
        </mxCell>
        <mxCell id="k-rondas" value="&lt;b&gt;Rondas&lt;/b&gt;&lt;br&gt;&lt;font style=&quot;font-size:10px&quot;&gt;[F11] rotas, check-in, dashboard&lt;/font&gt;" style="rounded=1;arcSize=12;whiteSpace=wrap;html=1;fillColor=#85BBF0;strokeColor=#78A8D8;fontColor=#000000;fontSize=12;" vertex="1" parent="1">
          <mxGeometry x="350" y="520" width="200" height="70" as="geometry" />
        </mxCell>
        <mxCell id="k-portaria" value="&lt;b&gt;Portaria&lt;/b&gt;&lt;br&gt;&lt;font style=&quot;font-size:10px&quot;&gt;[F12] comunicação portaria–morador&lt;/font&gt;" style="rounded=1;arcSize=12;whiteSpace=wrap;html=1;fillColor=#85BBF0;strokeColor=#78A8D8;fontColor=#000000;fontSize=12;" vertex="1" parent="1">
          <mxGeometry x="580" y="520" width="190" height="70" as="geometry" />
        </mxCell>
        <mxCell id="k-plataforma" value="&lt;b&gt;Plataforma (backoffice)&lt;/b&gt;&lt;br&gt;&lt;font style=&quot;font-size:10px&quot;&gt;papéis PLATAFORMA_*, gestão de tenants&lt;/font&gt;" style="rounded=1;arcSize=12;whiteSpace=wrap;html=1;fillColor=#85BBF0;strokeColor=#78A8D8;fontColor=#000000;fontSize=12;" vertex="1" parent="1">
          <mxGeometry x="110" y="640" width="210" height="70" as="geometry" />
        </mxCell>
        <mxCell id="k-notif" value="&lt;b&gt;Notificações&lt;/b&gt;&lt;br&gt;&lt;font style=&quot;font-size:10px&quot;&gt;[F18] central transversal (in-app + preferências)&lt;/font&gt;" style="rounded=1;arcSize=12;whiteSpace=wrap;html=1;fillColor=#85BBF0;strokeColor=#78A8D8;fontColor=#000000;fontSize=12;" vertex="1" parent="1">
          <mxGeometry x="850" y="460" width="230" height="80" as="geometry" />
        </mxCell>
        <mxCell id="k-db" value="&lt;b&gt;DB Pool&lt;/b&gt;&lt;br&gt;&lt;font style=&quot;font-size:10px&quot;&gt;[Componente: pgxpool]&lt;br&gt;Conexões com Aurora, retry&lt;/font&gt;" style="rounded=1;arcSize=12;whiteSpace=wrap;html=1;fillColor=#85BBF0;strokeColor=#78A8D8;fontColor=#000000;fontSize=12;" vertex="1" parent="1">
          <mxGeometry x="440" y="760" width="220" height="80" as="geometry" />
        </mxCell>

        <!-- Externos ao contêiner -->
        <mxCell id="x-aurora" value="&lt;b&gt;Aurora PostgreSQL&lt;/b&gt;&lt;br&gt;&lt;font style=&quot;font-size:10px&quot;&gt;[Contêiner: Serverless v2]&lt;/font&gt;" style="shape=cylinder3;whiteSpace=wrap;html=1;boundedLbl=1;backgroundOutline=1;size=12;fillColor=#438DD5;strokeColor=#3C7FC0;fontColor=#FFFFFF;fontSize=11;" vertex="1" parent="1">
          <mxGeometry x="450" y="940" width="200" height="110" as="geometry" />
        </mxCell>
        <mxCell id="x-sns" value="&lt;b&gt;SNS&lt;/b&gt;&lt;br&gt;&lt;font style=&quot;font-size:10px&quot;&gt;[Contêiner: Mensageria]&lt;/font&gt;" style="rounded=1;arcSize=12;whiteSpace=wrap;html=1;fillColor=#438DD5;strokeColor=#3C7FC0;fontColor=#FFFFFF;fontSize=12;" vertex="1" parent="1">
          <mxGeometry x="880" y="950" width="200" height="70" as="geometry" />
        </mxCell>

        <!-- Relações -->
        <mxCell id="q-router-authmw" value="Aplica" style="edgeStyle=orthogonalEdgeStyle;rounded=1;html=1;strokeColor=#666666;fontSize=10;fontColor=#404040;endArrow=blockThin;" edge="1" parent="1" source="k-router" target="k-authmw">
          <mxGeometry relative="1" as="geometry" />
        </mxCell>
        <mxCell id="q-authmw-authsvc" value="Usa" style="edgeStyle=orthogonalEdgeStyle;rounded=1;html=1;strokeColor=#666666;fontSize=10;fontColor=#404040;endArrow=blockThin;" edge="1" parent="1" source="k-authmw" target="k-authsvc">
          <mxGeometry relative="1" as="geometry" />
        </mxCell>
        <mxCell id="q-r-moradores" value="Encaminha" style="edgeStyle=orthogonalEdgeStyle;rounded=1;html=1;strokeColor=#666666;fontSize=10;fontColor=#404040;endArrow=blockThin;exitX=0;exitY=0.5;exitDx=0;exitDy=0;" edge="1" parent="1" source="k-router" target="k-moradores">
          <mxGeometry relative="1" as="geometry" />
        </mxCell>
        <mxCell id="q-r-ocorrencias" value="" style="edgeStyle=orthogonalEdgeStyle;rounded=1;html=1;strokeColor=#666666;fontSize=10;fontColor=#404040;endArrow=blockThin;exitX=0.25;exitY=1;exitDx=0;exitDy=0;" edge="1" parent="1" source="k-router" target="k-ocorrencias">
          <mxGeometry relative="1" as="geometry" />
        </mxCell>
        <mxCell id="q-r-mural" value="" style="edgeStyle=orthogonalEdgeStyle;rounded=1;html=1;strokeColor=#666666;fontSize=10;fontColor=#404040;endArrow=blockThin;exitX=0.75;exitY=1;exitDx=0;exitDy=0;" edge="1" parent="1" source="k-router" target="k-mural">
          <mxGeometry relative="1" as="geometry" />
        </mxCell>
        <mxCell id="q-r-encomendas" value="" style="edgeStyle=orthogonalEdgeStyle;rounded=1;html=1;strokeColor=#666666;fontSize=10;fontColor=#404040;endArrow=blockThin;exitX=0;exitY=0.75;exitDx=0;exitDy=0;" edge="1" parent="1" source="k-router" target="k-encomendas">
          <mxGeometry relative="1" as="geometry" />
        </mxCell>
        <mxCell id="q-r-assembleia" value="" style="edgeStyle=orthogonalEdgeStyle;rounded=1;html=1;strokeColor=#666666;fontSize=10;fontColor=#404040;endArrow=blockThin;exitX=0.5;exitY=1;exitDx=0;exitDy=0;" edge="1" parent="1" source="k-router" target="k-assembleia">
          <mxGeometry relative="1" as="geometry" />
        </mxCell>
        <mxCell id="q-r-visitantes" value="" style="edgeStyle=orthogonalEdgeStyle;rounded=1;html=1;strokeColor=#666666;fontSize=10;fontColor=#404040;endArrow=blockThin;exitX=0;exitY=1;exitDx=0;exitDy=0;" edge="1" parent="1" source="k-router" target="k-visitantes">
          <mxGeometry relative="1" as="geometry" />
        </mxCell>
        <mxCell id="q-r-rondas" value="" style="edgeStyle=orthogonalEdgeStyle;rounded=1;html=1;strokeColor=#666666;fontSize=10;fontColor=#404040;endArrow=blockThin;exitX=0.4;exitY=1;exitDx=0;exitDy=0;" edge="1" parent="1" source="k-router" target="k-rondas">
          <mxGeometry relative="1" as="geometry" />
        </mxCell>
        <mxCell id="q-r-portaria" value="" style="edgeStyle=orthogonalEdgeStyle;rounded=1;html=1;strokeColor=#666666;fontSize=10;fontColor=#404040;endArrow=blockThin;exitX=0.6;exitY=1;exitDx=0;exitDy=0;" edge="1" parent="1" source="k-router" target="k-portaria">
          <mxGeometry relative="1" as="geometry" />
        </mxCell>
        <mxCell id="q-moradores-db" value="Consulta" style="edgeStyle=orthogonalEdgeStyle;rounded=1;html=1;strokeColor=#666666;fontSize=10;fontColor=#404040;endArrow=blockThin;exitX=0.5;exitY=1;exitDx=0;exitDy=0;entryX=0;entryY=0.5;entryDx=0;entryDy=0;" edge="1" parent="1" source="k-plataforma" target="k-db">
          <mxGeometry relative="1" as="geometry" />
        </mxCell>
        <mxCell id="q-encomendas-notif" value="Publica notificação" style="edgeStyle=orthogonalEdgeStyle;rounded=1;html=1;strokeColor=#666666;fontSize=10;fontColor=#404040;endArrow=blockThin;exitX=0.5;exitY=1;exitDx=0;exitDy=0;entryX=0;entryY=0.5;entryDx=0;entryDy=0;" edge="1" parent="1" source="k-encomendas" target="k-notif">
          <mxGeometry relative="1" as="geometry">
            <Array as="points">
              <mxPoint x="215" y="495" />
              <mxPoint x="810" y="495" />
            </Array>
          </mxGeometry>
        </mxCell>
        <mxCell id="q-portaria-notif" value="" style="edgeStyle=orthogonalEdgeStyle;rounded=1;html=1;strokeColor=#666666;fontSize=10;fontColor=#404040;endArrow=blockThin;exitX=1;exitY=0.5;exitDx=0;exitDy=0;entryX=0;entryY=0.5;entryDx=0;entryDy=0;" edge="1" parent="1" source="k-portaria" target="k-notif">
          <mxGeometry relative="1" as="geometry" />
        </mxCell>
        <mxCell id="q-visitantes-notif" value="" style="edgeStyle=orthogonalEdgeStyle;rounded=1;html=1;strokeColor=#666666;fontSize=10;fontColor=#404040;endArrow=blockThin;exitX=0.5;exitY=1;exitDx=0;exitDy=0;entryX=0;entryY=0.9;entryDx=0;entryDy=0;" edge="1" parent="1" source="k-visitantes" target="k-notif">
          <mxGeometry relative="1" as="geometry">
            <Array as="points">
              <mxPoint x="215" y="620" />
              <mxPoint x="800" y="620" />
            </Array>
          </mxGeometry>
        </mxCell>
        <mxCell id="q-notif-db" value="Consulta" style="edgeStyle=orthogonalEdgeStyle;rounded=1;html=1;strokeColor=#666666;fontSize=10;fontColor=#404040;endArrow=blockThin;exitX=0.5;exitY=1;exitDx=0;exitDy=0;entryX=1;entryY=0.5;entryDx=0;entryDy=0;" edge="1" parent="1" source="k-notif" target="k-db">
          <mxGeometry relative="1" as="geometry" />
        </mxCell>
        <mxCell id="q-notif-sns" value="Publica evento (produção)" style="edgeStyle=orthogonalEdgeStyle;rounded=1;html=1;strokeColor=#666666;fontSize=10;fontColor=#404040;endArrow=blockThin;exitX=0.75;exitY=1;exitDx=0;exitDy=0;" edge="1" parent="1" source="k-notif" target="x-sns">
          <mxGeometry relative="1" as="geometry" />
        </mxCell>
        <mxCell id="q-db-aurora" value="TLS" style="edgeStyle=orthogonalEdgeStyle;rounded=1;html=1;strokeColor=#666666;fontSize=10;fontColor=#404040;endArrow=blockThin;" edge="1" parent="1" source="k-db" target="x-aurora">
          <mxGeometry relative="1" as="geometry" />
        </mxCell>
      </root>
    </mxGraphModel>
  </diagram>
</mxfile>
